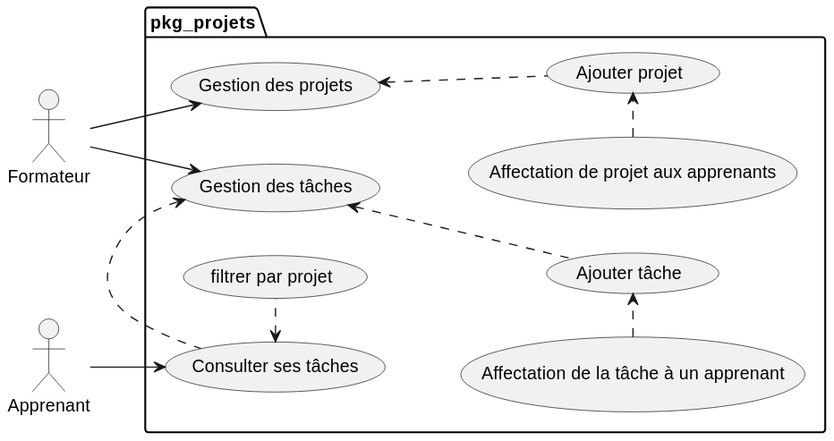
Above: docs/diagrammes/pkg_projets/uses_cases_pkg_projets.svg in zaani12/prototype (PlantUML), before the change.
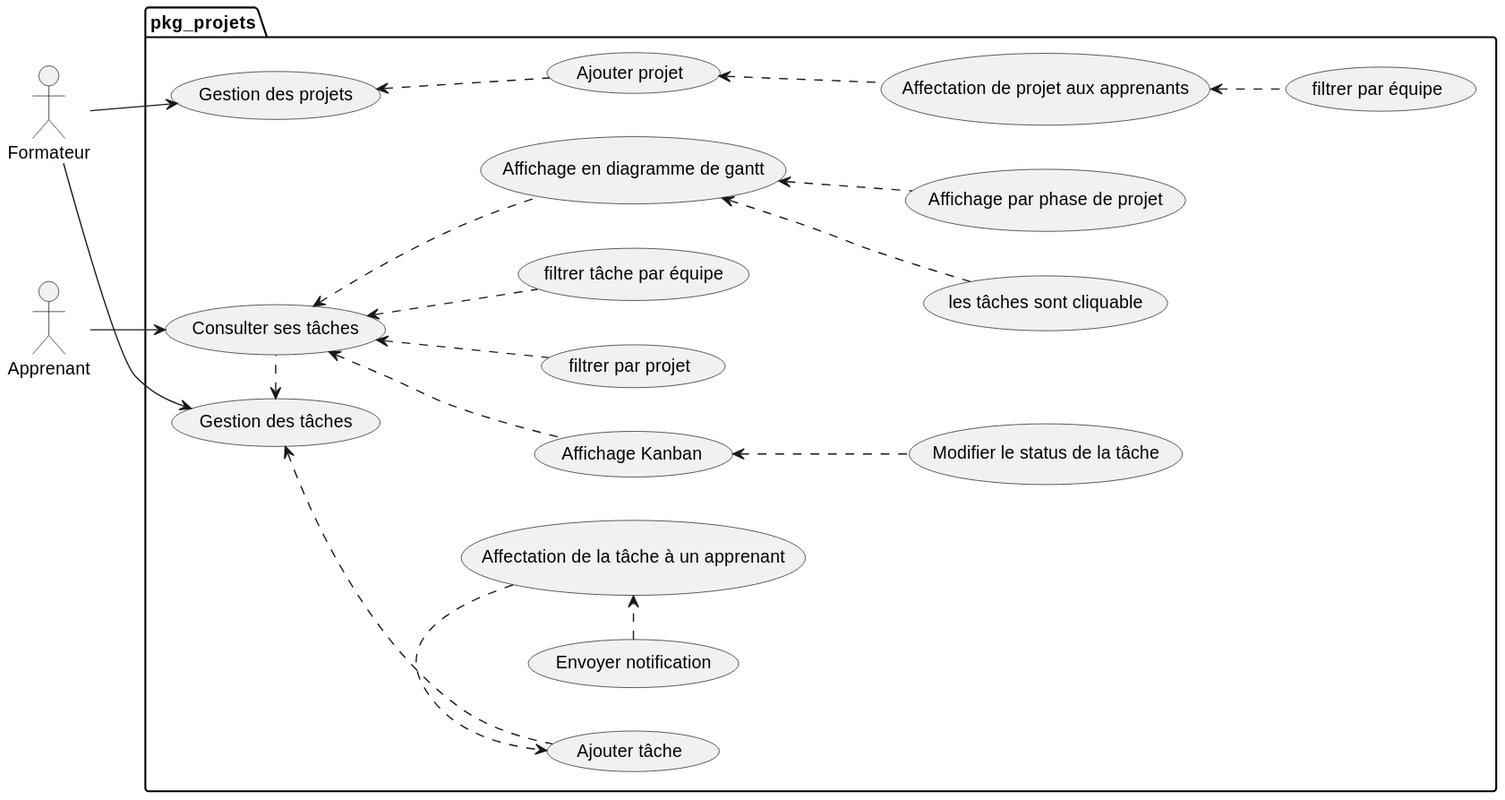
After the change.

What changed in the source:
```diff
@@ -9,17 +9,26 @@
 package pkg_projets {
 
   (Gestion des projets) <.. (Ajouter projet)
-  (Affectation de projet aux apprenants) .> (Ajouter projet)
-
+  (Ajouter projet) <.. (Affectation de projet aux apprenants)
+  (Affectation de projet aux apprenants) <.. (filtrer par équipe)
   (Gestion des tâches) <.. (Ajouter tâche)
   (Gestion des tâches)  <. (Consulter ses tâches)
-  (Consulter ses tâches) <. (filtrer par projet)
+  (Consulter ses tâches) <.. (filtrer par projet)
+  (Consulter ses tâches) <.. (filtrer tâche par équipe)
+  (Consulter ses tâches) <.. (Affichage en diagramme de gantt)
+  (Affichage en diagramme de gantt) <.. (Affichage par phase de projet)
+  (Affichage en diagramme de gantt) <.. (les tâches sont cliquable)
+  (Consulter ses tâches) <.. (Affichage Kanban)
+  (Affichage Kanban) <.. (Modifier le status de la tâche)
+
   (Affectation de la tâche à un apprenant) .> (Ajouter tâche)
-
+  (Envoyer notification)  .> (Affectation de la tâche à un apprenant)
   formateur -->  (Gestion des projets)
   formateur -->  (Gestion des tâches)
   apprenant --> (Consulter ses tâches)
 
+
+
 }
 
 @enduml
```
